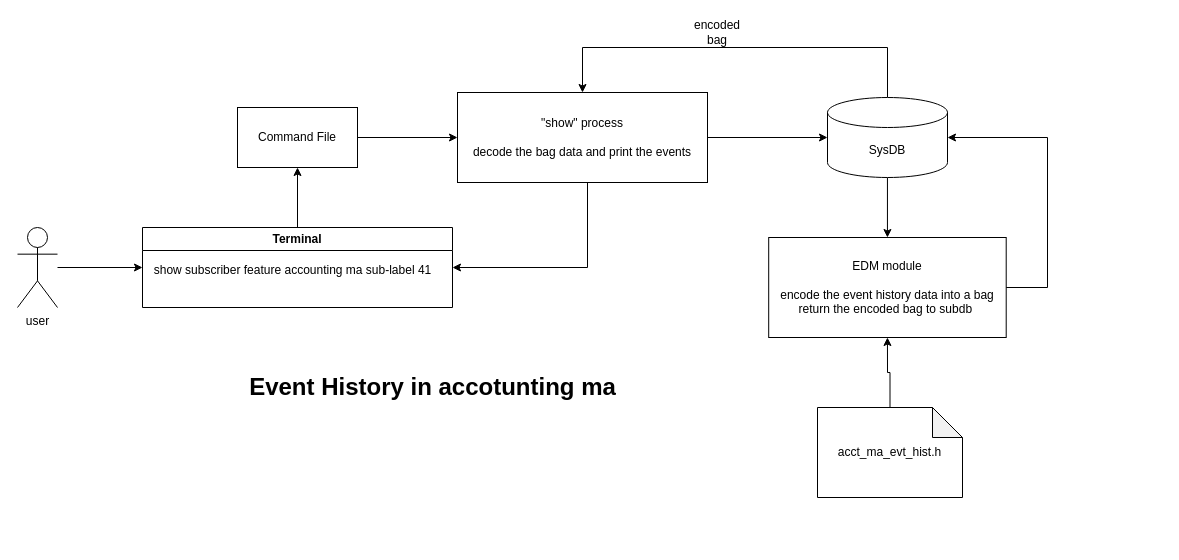
This is page "Page-4" (4 of 4) of msgLengthCntAggrigator.drawio from mr-optimizer/System_architecture_diagrams, a draw.io file, before an edit. Source tidied: cells renumbered, new cells numbered last; positions are measured from the earlier drawing's top-left corner, leaving out a move shared by most shapes. Both pictures are drawn from the tidied source at 100%, with x=0, y=0 at pixel (17, 17).
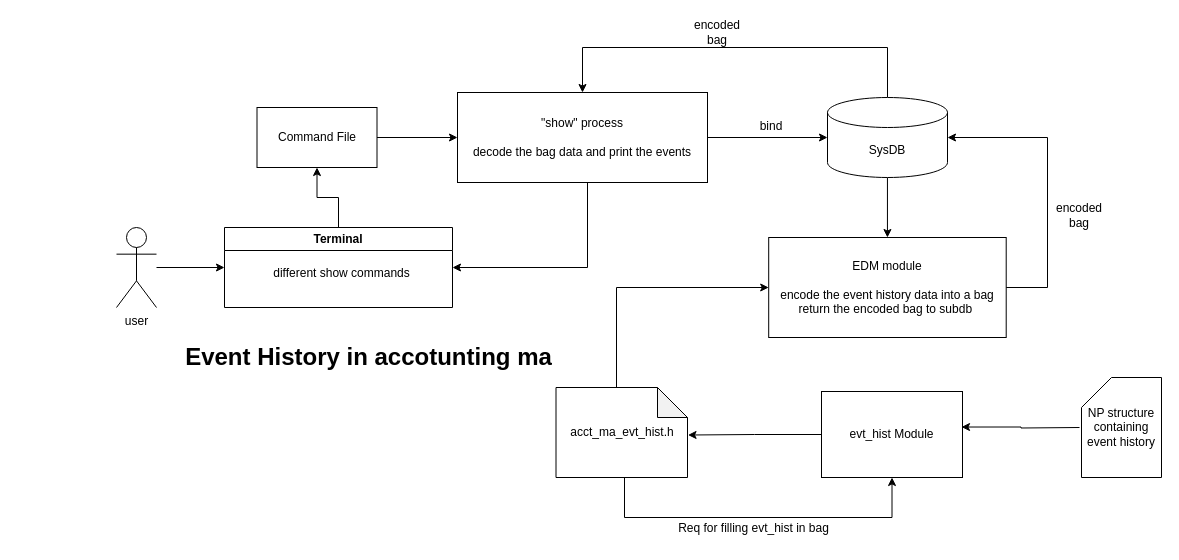
The same diagram, later.

Unchanged cells that the change refers to:
```xml
<mxCell id="12" value="EDM module&lt;br&gt;&lt;br&gt;encode the event history data into a bag&lt;br&gt;return the encoded bag to subdb&amp;nbsp;" style="rounded=0;whiteSpace=wrap;html=1;" parent="1" vertex="1">
  <mxGeometry x="751.2" y="220" width="237.5" height="100" as="geometry" />
</mxCell>
```

What changed in the source:
```diff
@@
     <mxCell id="3" value="user" style="shape=umlActor;verticalLabelPosition=bottom;verticalAlign=top;html=1;outlineConnect=0;" parent="1" vertex="1">
-      <mxGeometry y="210" width="40" height="80" as="geometry" />
+      <mxGeometry x="99" y="210" width="40" height="80" as="geometry" />
     </mxCell>
@@
     <mxCell id="5" value="Command File" style="rounded=0;whiteSpace=wrap;html=1;" parent="1" vertex="1">
-      <mxGeometry x="220" y="90" width="120" height="60" as="geometry" />
+      <mxGeometry x="239.5" y="90" width="120" height="60" as="geometry" />
     </mxCell>
@@
     <mxCell id="15" value="Terminal" style="swimlane;whiteSpace=wrap;html=1;" parent="1" vertex="1">
-      <mxGeometry x="125" y="210" width="310" height="80" as="geometry" />
+      <mxGeometry x="207" y="210" width="228" height="80" as="geometry" />
     </mxCell>
-    <mxCell id="16" value="show subscriber feature accounting ma sub-label 41" style="text;html=1;align=center;verticalAlign=middle;strokeColor=none;fillColor=none;" parent="15" vertex="1">
-      <mxGeometry y="28" width="300" height="30" as="geometry" />
+    <mxCell id="16" value="different show commands" style="text;html=1;align=center;verticalAlign=middle;strokeColor=none;fillColor=none;" parent="15" vertex="1">
+      <mxGeometry x="39" y="33" width="155" height="26" as="geometry" />
     </mxCell>
+    <mxCell id="21" style="edgeStyle=orthogonalEdgeStyle;rounded=0;jettySize=auto;html=1;entryX=0.5;entryY=1;entryDx=0;entryDy=0;" parent="1" edge="1" source="18" target="23">
+      <mxGeometry relative="1" as="geometry">
+        <Array as="points">
+          <mxPoint x="607" y="500" />
+          <mxPoint x="875" y="500" />
+        </Array>
+      </mxGeometry>
+    </mxCell>
-    <mxCell id="17" style="edgeStyle=orthogonalEdgeStyle;rounded=0;jettySize=auto;html=1;entryX=0.5;entryY=1;entryDx=0;entryDy=0;" parent="1" edge="1" source="18" target="12">
-      <mxGeometry relative="1" as="geometry" />
+    <mxCell id="17" style="edgeStyle=orthogonalEdgeStyle;rounded=0;jettySize=auto;html=1;entryX=0;entryY=0.5;entryDx=0;entryDy=0;" parent="1" edge="1" source="18" target="12">
+      <mxGeometry relative="1" as="geometry">
+        <Array as="points">
+          <mxPoint x="599" y="270" />
+        </Array>
+      </mxGeometry>
     </mxCell>
     <mxCell id="18" value="acct_ma_evt_hist.h" style="shape=note;whiteSpace=wrap;html=1;backgroundOutline=1;darkOpacity=0.05;" parent="1" vertex="1">
-      <mxGeometry x="800" y="390" width="145" height="90" as="geometry" />
+      <mxGeometry x="538.5" y="370" width="131.5" height="90" as="geometry" />
     </mxCell>
@@
     <mxCell id="20" value="Event History in accotunting ma" style="text;strokeColor=none;fillColor=none;html=1;fontSize=24;fontStyle=1;verticalAlign=middle;align=center;" parent="1" vertex="1">
-      <mxGeometry x="210" y="350" width="410" height="40" as="geometry" />
+      <mxGeometry x="146" y="320" width="410" height="40" as="geometry" />
     </mxCell>
+    <mxCell id="22" value="NP structure&lt;div&gt;&lt;span style=&quot;background-color: initial;&quot;&gt;containing event history&lt;/span&gt;&lt;br&gt;&lt;/div&gt;" style="shape=card;whiteSpace=wrap;html=1;" parent="1" vertex="1">
+      <mxGeometry x="1064" y="360" width="80" height="100" as="geometry" />
+    </mxCell>
+    <mxCell id="23" value="evt_hist Module" style="rounded=0;whiteSpace=wrap;html=1;" parent="1" vertex="1">
+      <mxGeometry x="804" y="374" width="141" height="86" as="geometry" />
+    </mxCell>
+    <mxCell id="24" value="bind" style="text;html=1;align=center;verticalAlign=middle;whiteSpace=wrap;rounded=0;" parent="1" vertex="1">
+      <mxGeometry x="724" y="94" width="60" height="30" as="geometry" />
+    </mxCell>
+    <mxCell id="25" value="encoded bag" style="text;html=1;align=center;verticalAlign=middle;whiteSpace=wrap;rounded=0;" parent="1" vertex="1">
+      <mxGeometry x="1032" y="183" width="60" height="30" as="geometry" />
+    </mxCell>
+    <mxCell id="26" value="Req for filling evt_hist in bag" style="text;html=1;align=center;verticalAlign=middle;whiteSpace=wrap;rounded=0;" parent="1" vertex="1">
+      <mxGeometry x="651" y="496" width="171" height="30" as="geometry" />
+    </mxCell>
+    <mxCell id="27" style="edgeStyle=orthogonalEdgeStyle;rounded=0;jettySize=auto;html=1;entryX=1.004;entryY=0.528;entryDx=0;entryDy=0;entryPerimeter=0;" parent="1" edge="1" source="23" target="18">
+      <mxGeometry relative="1" as="geometry" />
+    </mxCell>
+    <mxCell id="28" style="edgeStyle=orthogonalEdgeStyle;rounded=0;jettySize=auto;html=1;entryX=0.993;entryY=0.413;entryDx=0;entryDy=0;entryPerimeter=0;" parent="1" edge="1" target="23">
+      <mxGeometry relative="1" as="geometry">
+        <mxPoint x="1062" y="410" as="sourcePoint" />
+      </mxGeometry>
+    </mxCell>
```
